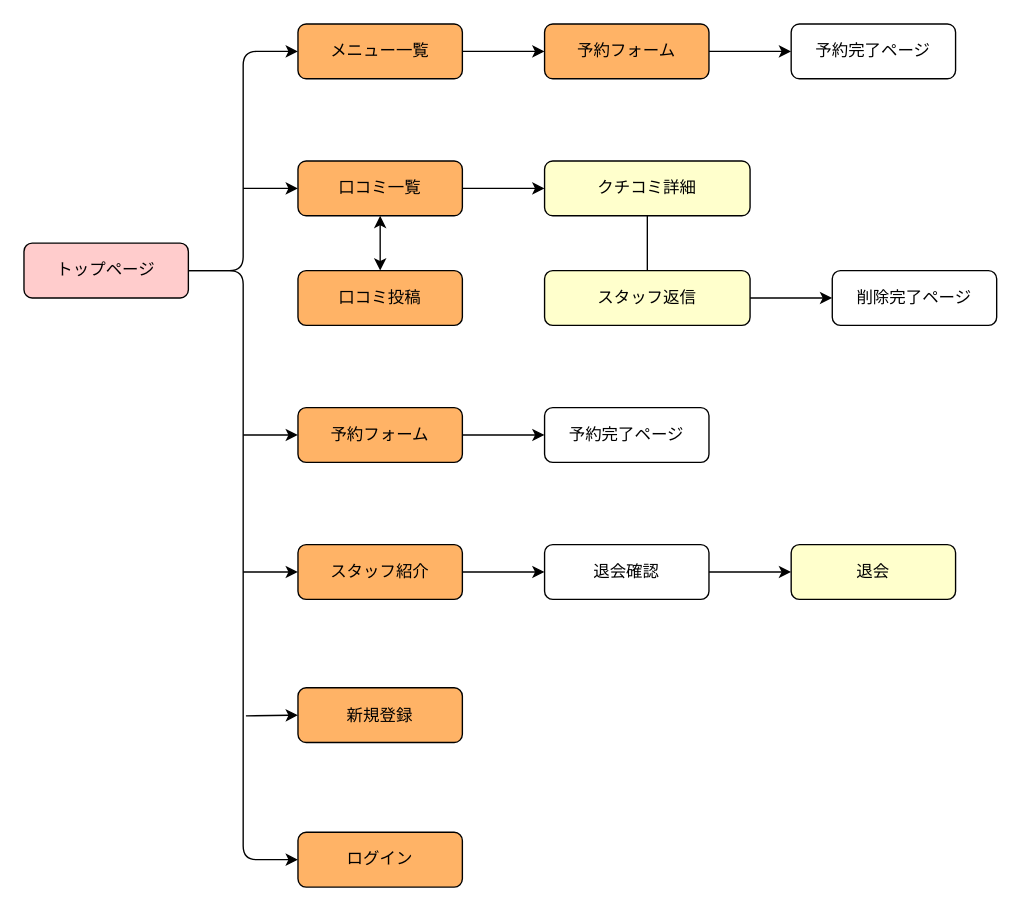
hirona96/izakaya-kakusuke keeps this draw.io diagram as page.dio. Above is the earlier version. Source tidied: cells renumbered, new cells numbered last; positions are measured from the earlier drawing's top-left corner, leaving out a move shared by most shapes. Both pictures are drawn from the tidied source at 137%, with x=0, y=0 at pixel (23, 23).
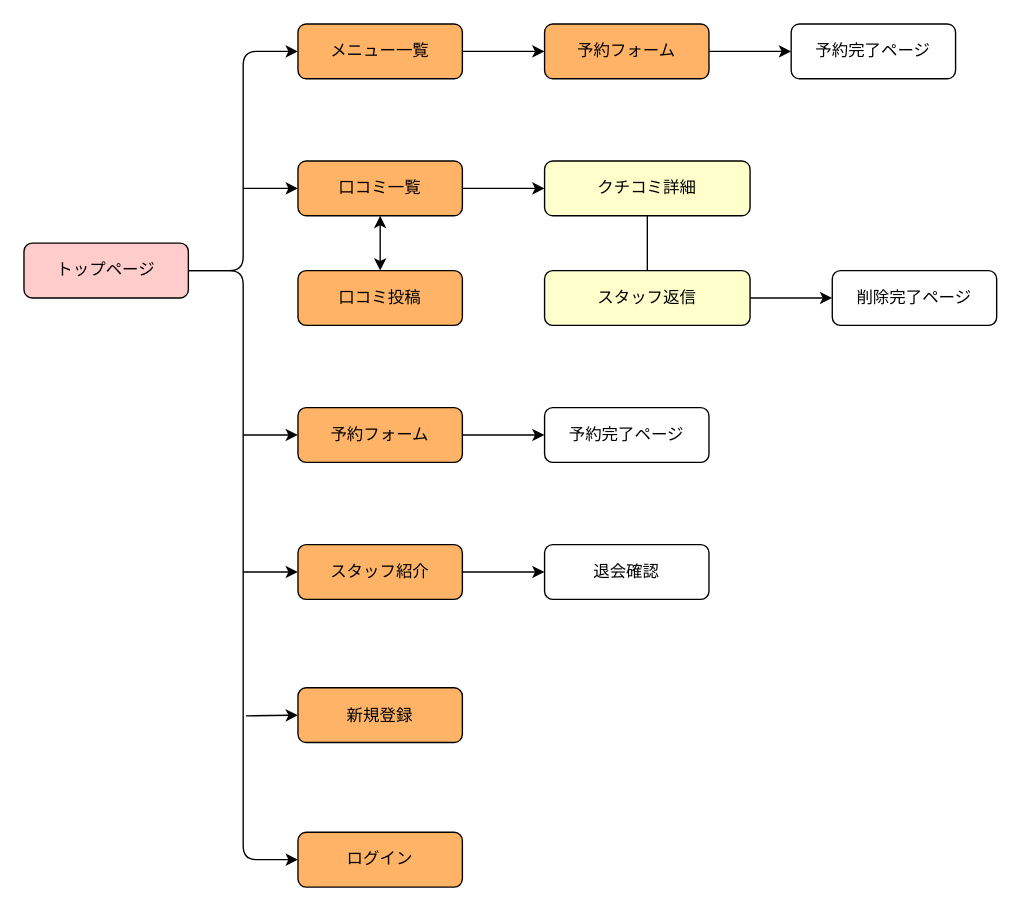
After the change.

Commit message (it also covers changes not shown here):
db設計、ER図の編集

Unchanged cells that the change refers to:
```xml
<mxCell id="22" value="退会確認" style="rounded=1;whiteSpace=wrap;html=1;strokeColor=#000000;fillColor=#FFFFFF;fontColor=#000000;" parent="1" vertex="1">
  <mxGeometry x="380" y="380" width="120" height="40" as="geometry" />
</mxCell>
```

Diff of the diagram source:
```diff
@@
-    <mxCell id="20" value="&lt;font color=&quot;#000000&quot;&gt;退会&lt;/font&gt;" style="rounded=1;whiteSpace=wrap;html=1;fillColor=#FFFFCC;strokeColor=#000000;" parent="1" vertex="1">
-      <mxGeometry x="560" y="380" width="120" height="40" as="geometry" />
-    </mxCell>
-    <mxCell id="21" style="edgeStyle=orthogonalEdgeStyle;html=1;strokeColor=#000000;" parent="1" edge="1" source="22" target="20">
-      <mxGeometry relative="1" as="geometry" />
-    </mxCell>
```
